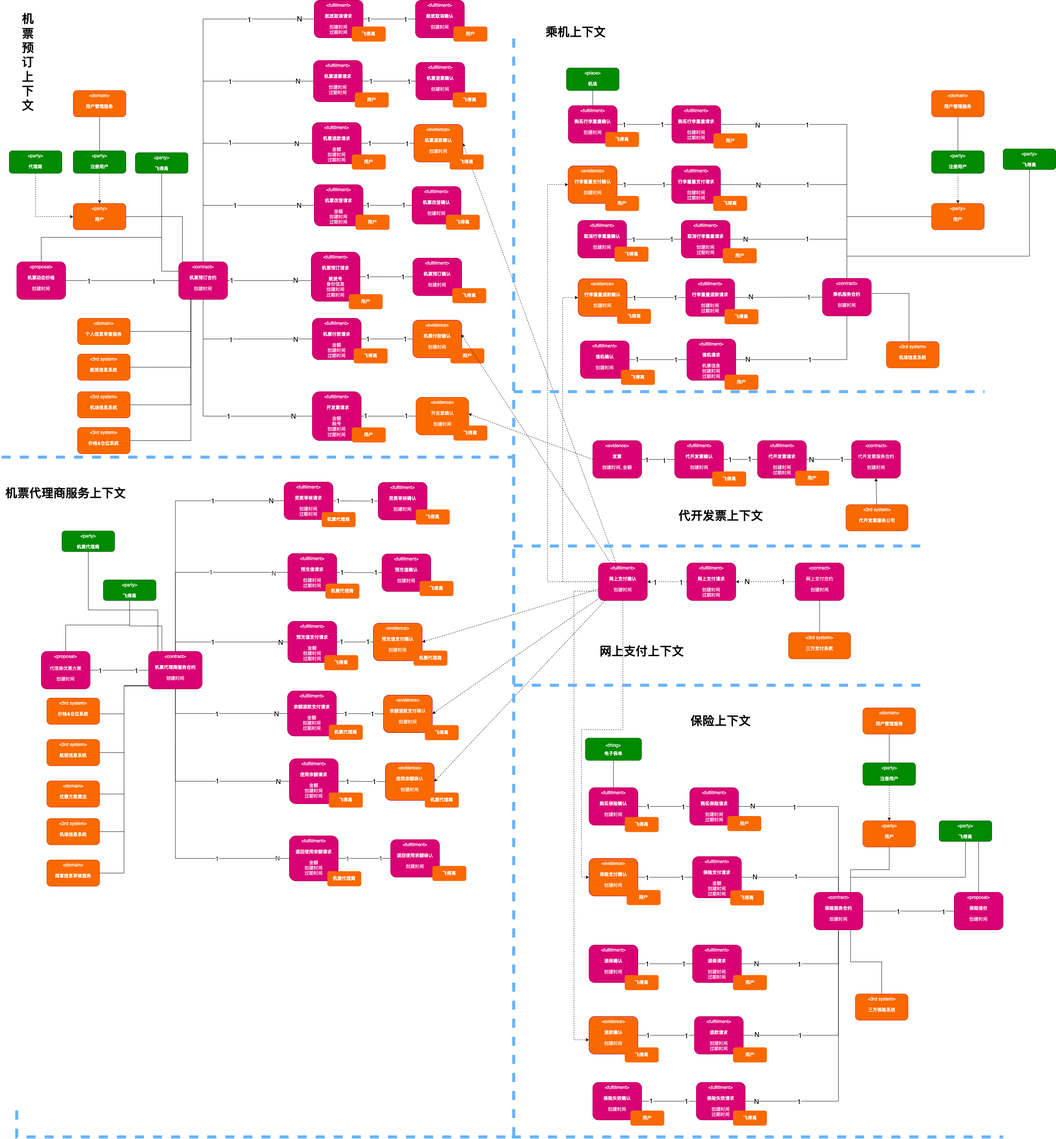
The draw.io diagram 黑马考试建模图.png in zhengdianfang/ATRS, before a commit. Source tidied: cells renumbered, new cells last; positions are measured from the earlier drawing's top-left corner, leaving out a move shared by most shapes.
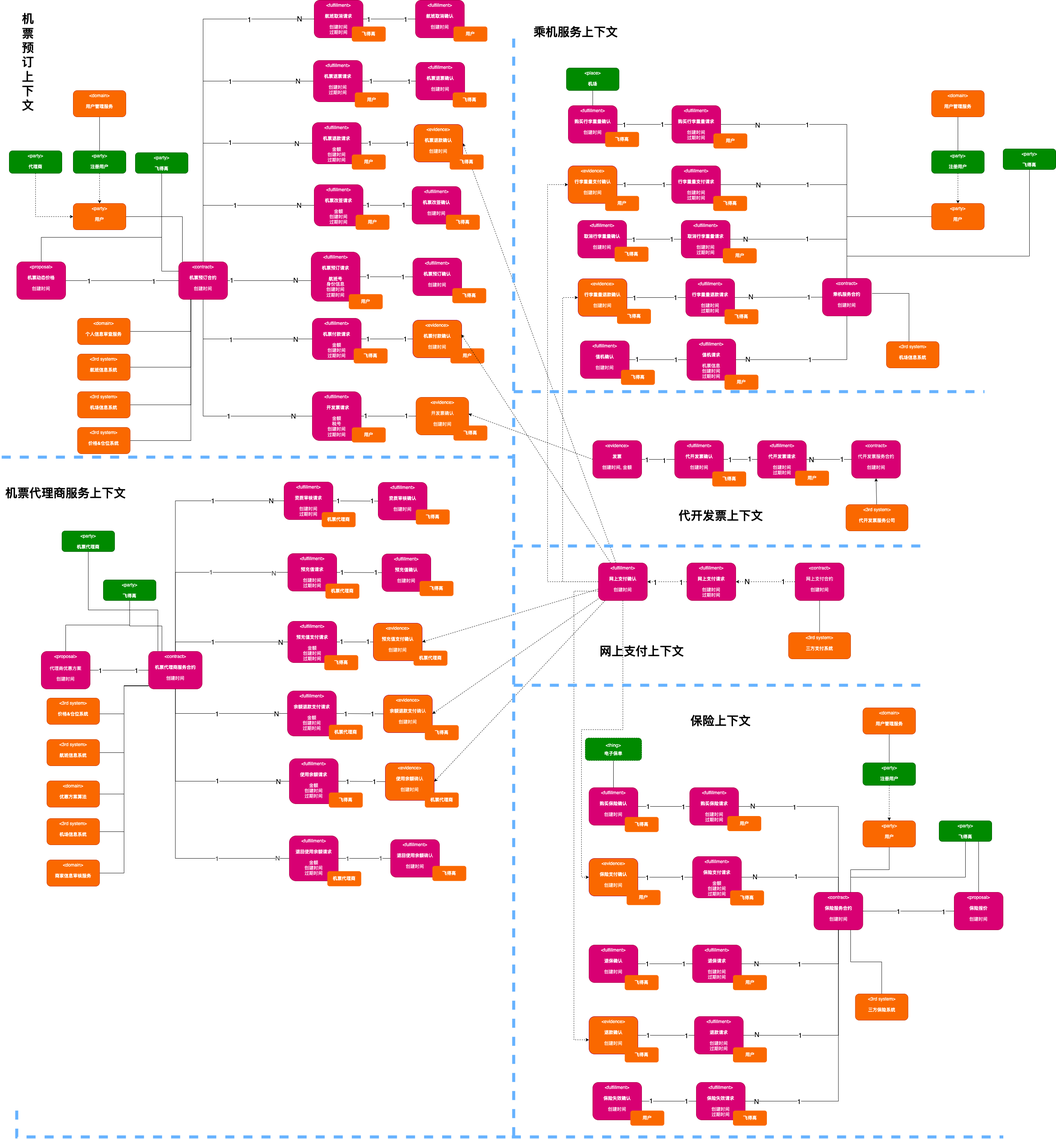
Later version of the same file.

Diff of the diagram source:
```diff
@@ -413,7 +413,7 @@
     <mxCell id="111" value="&amp;lt;party&amp;gt;&lt;br&gt;&lt;br&gt;&lt;b&gt;飞得高&lt;br&gt;&lt;/b&gt;" style="rounded=1;whiteSpace=wrap;html=1;verticalAlign=top;fillColor=#008a00;strokeColor=#005700;fontColor=#ffffff;" parent="1" vertex="1">
       <mxGeometry x="2660" y="395" width="140" height="55" as="geometry" />
     </mxCell>
-    <mxCell id="112" value="&lt;b&gt;乘机上下文&lt;/b&gt;" style="text;html=1;strokeColor=none;fillColor=none;align=center;verticalAlign=middle;whiteSpace=wrap;rounded=0;dashed=1;fontSize=32;" parent="1" vertex="1">
+    <mxCell id="112" value="&lt;b&gt;乘机服务上下文&lt;/b&gt;" style="text;html=1;strokeColor=none;fillColor=none;align=center;verticalAlign=middle;whiteSpace=wrap;rounded=0;dashed=1;fontSize=32;" parent="1" vertex="1">
       <mxGeometry x="1410" y="70" width="230" height="30" as="geometry" />
     </mxCell>
     <mxCell id="113" style="edgeStyle=orthogonalEdgeStyle;rounded=0;jettySize=auto;html=1;entryX=1;entryY=0.5;entryDx=0;entryDy=0;fontSize=18;endArrow=none;endFill=0;strokeColor=#000000;strokeWidth=1;exitX=0.5;exitY=1;exitDx=0;exitDy=0;" parent="1" edge="1" source="116" target="284">
```
